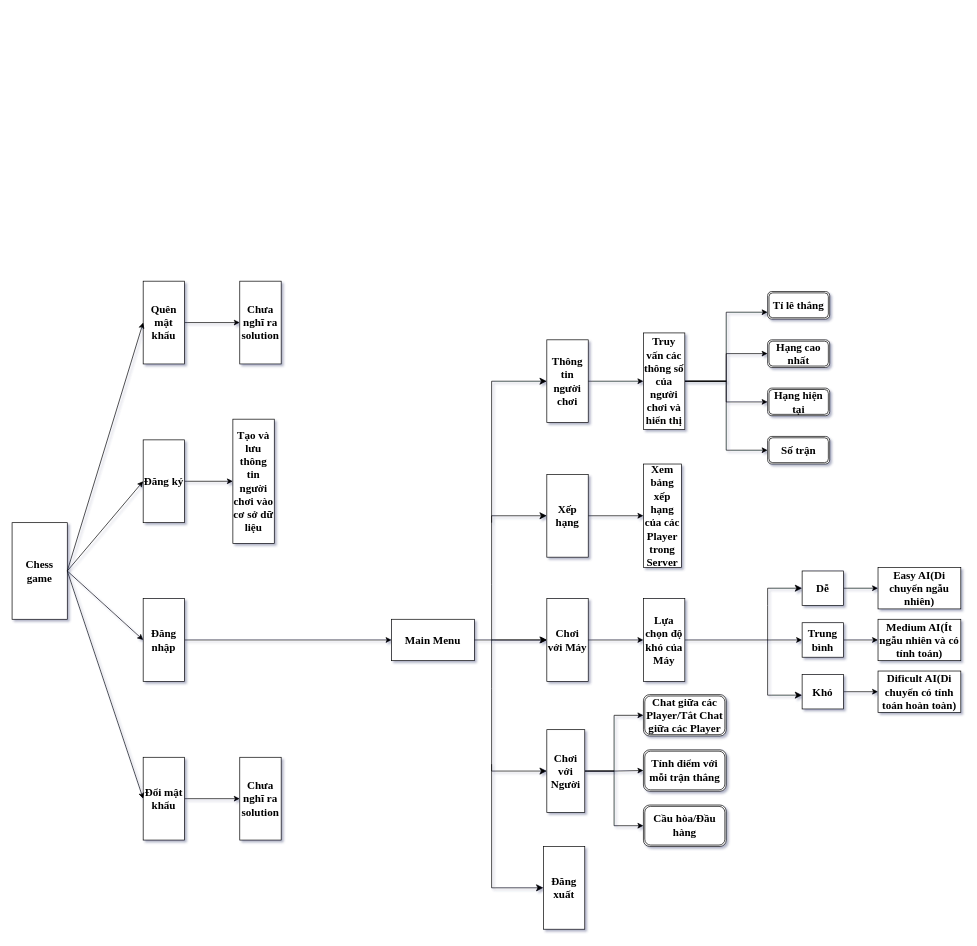
Earlier version of the draw.io diagram page "Cờ vua" (3 of 4) of Đồ án/Draw.io/Group 9 - Chess Game.drawio (shiroizdabezt/Group09-ltmcb). Source tidied: cells renumbered, new cells numbered last; positions are measured from the earlier drawing's top-left corner, leaving out a move shared by most shapes. Both pictures are drawn from the tidied source at 69%, with x=0, y=0 at pixel (12, 281).
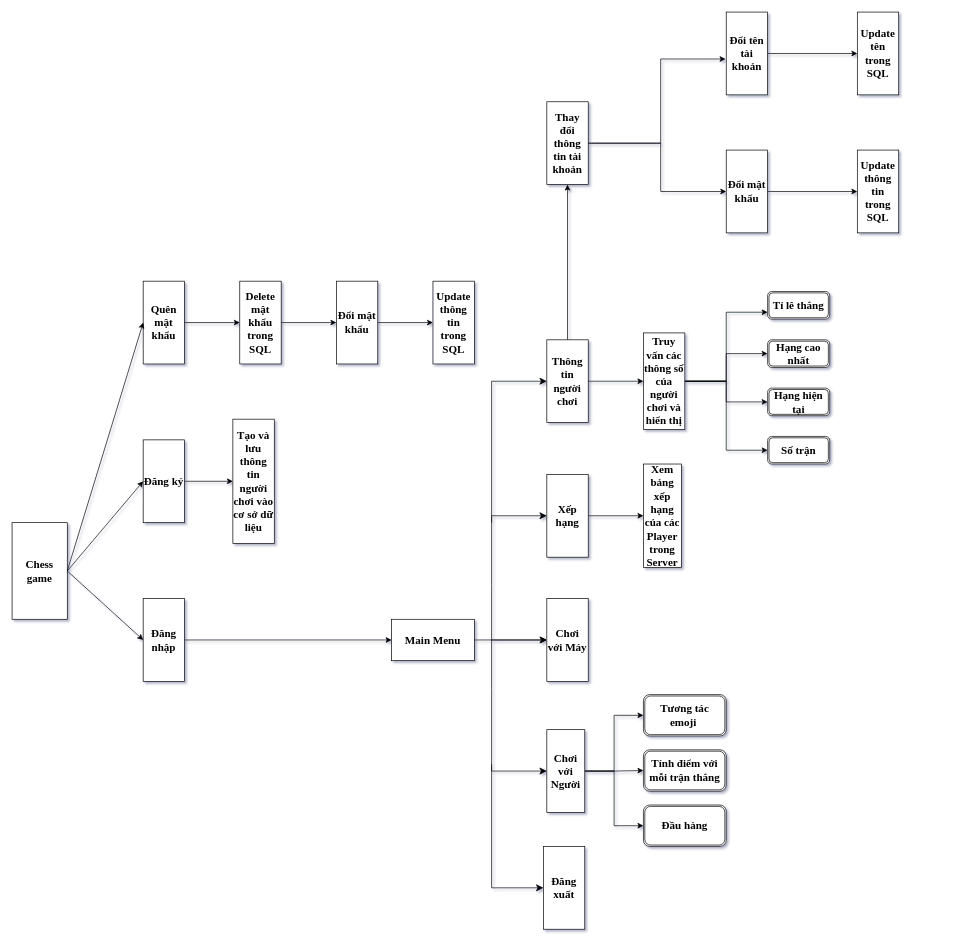
The same page after the edit.

Unchanged cells that the change refers to:
```xml
<mxCell id="2" value="&lt;span style=&quot;font-size: 16px;&quot;&gt;&lt;font style=&quot;font-size: 16px;&quot;&gt;Chess game&lt;/font&gt;&lt;/span&gt;" style="rounded=0;whiteSpace=wrap;html=1;fontSize=16;fontFamily=Times New Roman;fontStyle=1;" parent="1" vertex="1">
  <mxGeometry y="350" width="80" height="140" as="geometry" />
</mxCell>
<mxCell id="4" value="Thông tin người chơi" style="rounded=0;whiteSpace=wrap;html=1;direction=south;fontSize=16;fontFamily=Times New Roman;fontStyle=1;" parent="1" vertex="1">
  <mxGeometry x="775" y="85" width="60" height="120" as="geometry" />
</mxCell>
<mxCell id="8" value="Chơi với Máy" style="rounded=0;whiteSpace=wrap;html=1;direction=south;fontSize=16;fontFamily=Times New Roman;fontStyle=1;" parent="1" vertex="1">
  <mxGeometry x="775" y="460" width="60" height="120" as="geometry" />
</mxCell>
```

What changed in the source:
```diff
@@
+    <mxCell id="63" style="edgeStyle=orthogonalEdgeStyle;rounded=0;jettySize=auto;html=1;exitX=0;exitY=0.5;exitDx=0;exitDy=0;entryX=1;entryY=0.5;entryDx=0;entryDy=0;" parent="1" edge="1" source="4" target="76">
+      <mxGeometry relative="1" as="geometry" />
+    </mxCell>
@@
-    <mxCell id="7" style="edgeStyle=orthogonalEdgeStyle;rounded=0;jettySize=auto;html=1;fontSize=16;fontFamily=Times New Roman;fontStyle=1;" parent="1" edge="1" source="8" target="35">
-      <mxGeometry relative="1" as="geometry" />
-    </mxCell>
@@
-    <mxCell id="34" style="edgeStyle=orthogonalEdgeStyle;rounded=0;jettySize=auto;html=1;fontSize=16;fontFamily=Times New Roman;fontStyle=1;" parent="1" edge="1" source="35" target="39">
-      <mxGeometry relative="1" as="geometry" />
-    </mxCell>
-    <mxCell id="35" value="Lựa chọn độ khó của Máy" style="rounded=0;whiteSpace=wrap;html=1;direction=south;fontSize=16;fontFamily=Times New Roman;fontStyle=1;" parent="1" vertex="1">
-      <mxGeometry x="915" y="460" width="60" height="120" as="geometry" />
-    </mxCell>
-    <mxCell id="36" style="edgeStyle=orthogonalEdgeStyle;rounded=0;jettySize=auto;html=1;fontSize=16;fontFamily=Times New Roman;fontStyle=1;" parent="1" edge="1" source="37" target="44">
-      <mxGeometry relative="1" as="geometry" />
-    </mxCell>
-    <mxCell id="37" value="Dễ" style="rounded=0;whiteSpace=wrap;html=1;direction=south;fontSize=16;fontFamily=Times New Roman;fontStyle=1;" parent="1" vertex="1">
-      <mxGeometry x="1145" y="420" width="60" height="50" as="geometry" />
-    </mxCell>
-    <mxCell id="38" style="edgeStyle=orthogonalEdgeStyle;rounded=0;jettySize=auto;html=1;fontSize=16;fontFamily=Times New Roman;fontStyle=1;" parent="1" edge="1" source="39" target="45">
-      <mxGeometry relative="1" as="geometry" />
-    </mxCell>
-    <mxCell id="39" value="Trung bình" style="rounded=0;whiteSpace=wrap;html=1;direction=south;fontSize=16;fontFamily=Times New Roman;fontStyle=1;" parent="1" vertex="1">
-      <mxGeometry x="1145" y="495" width="60" height="50" as="geometry" />
-    </mxCell>
-    <mxCell id="40" style="edgeStyle=orthogonalEdgeStyle;rounded=0;jettySize=auto;html=1;fontSize=16;fontFamily=Times New Roman;fontStyle=1;" parent="1" edge="1" source="41" target="46">
-      <mxGeometry relative="1" as="geometry" />
-    </mxCell>
-    <mxCell id="41" value="&lt;font style=&quot;font-size: 16px;&quot;&gt;Khó&lt;/font&gt;" style="rounded=0;whiteSpace=wrap;html=1;direction=south;fontSize=16;fontFamily=Times New Roman;fontStyle=1;" parent="1" vertex="1">
-      <mxGeometry x="1145" y="570" width="60" height="50" as="geometry" />
-    </mxCell>
-    <mxCell id="42" style="edgeStyle=segmentEdgeStyle;endArrow=classic;html=1;curved=0;rounded=0;endSize=8;startSize=8;entryX=0.5;entryY=1;entryDx=0;entryDy=0;fontSize=16;fontFamily=Times New Roman;fontStyle=1;" parent="1" edge="1" target="37">
-      <mxGeometry relative="1" as="geometry">
-        <mxPoint x="1095" y="520" as="sourcePoint" />
-        <Array as="points">
-          <mxPoint x="1095" y="470" />
-          <mxPoint x="1095" y="445" />
-        </Array>
-      </mxGeometry>
-    </mxCell>
-    <mxCell id="43" style="edgeStyle=segmentEdgeStyle;endArrow=classic;html=1;curved=0;rounded=0;endSize=8;startSize=8;fontSize=16;fontFamily=Times New Roman;fontStyle=1;" parent="1" edge="1">
-      <mxGeometry relative="1" as="geometry">
-        <mxPoint x="1095" y="520" as="sourcePoint" />
-        <mxPoint x="1145" y="600" as="targetPoint" />
-        <Array as="points">
-          <mxPoint x="1095" y="600" />
-        </Array>
-      </mxGeometry>
-    </mxCell>
-    <mxCell id="44" value="Easy AI(Di chuyển ngẫu nhiên)" style="whiteSpace=wrap;html=1;rounded=0;fontSize=16;fontFamily=Times New Roman;fontStyle=1;" parent="1" vertex="1">
-      <mxGeometry x="1255" y="415" width="120" height="60" as="geometry" />
-    </mxCell>
-    <mxCell id="45" value="Medium AI(Ít ngẫu nhiên và có tính toán)" style="whiteSpace=wrap;html=1;rounded=0;fontSize=16;fontFamily=Times New Roman;fontStyle=1;" parent="1" vertex="1">
-      <mxGeometry x="1255" y="490" width="120" height="60" as="geometry" />
-    </mxCell>
-    <mxCell id="46" value="&lt;font style=&quot;font-size: 16px;&quot;&gt;Dificult AI(Di chuyển có tính toán hoàn toàn)&lt;br&gt;&lt;/font&gt;" style="whiteSpace=wrap;html=1;rounded=0;fontSize=16;fontFamily=Times New Roman;fontStyle=1;" parent="1" vertex="1">
-      <mxGeometry x="1255" y="565" width="120" height="60" as="geometry" />
-    </mxCell>
@@
-    <mxCell id="51" value="&lt;font style=&quot;font-size: 16px;&quot;&gt;Chat giữa các Player/Tắt Chat giữa các Player&lt;/font&gt;" style="shape=ext;double=1;rounded=1;whiteSpace=wrap;html=1;fontSize=16;fontFamily=Times New Roman;fontStyle=1;" parent="1" vertex="1">
+    <mxCell id="51" value="&lt;font style=&quot;font-size: 16px;&quot;&gt;Tương tác emoji&amp;nbsp;&lt;/font&gt;" style="shape=ext;double=1;rounded=1;whiteSpace=wrap;html=1;fontSize=16;fontFamily=Times New Roman;fontStyle=1;" parent="1" vertex="1">
       <mxGeometry x="915" y="599.2" width="120" height="60" as="geometry" />
     </mxCell>
@@
-    <mxCell id="55" style="edgeStyle=orthogonalEdgeStyle;rounded=0;jettySize=auto;html=1;fontSize=16;fontFamily=Times New Roman;fontStyle=1;" parent="1" edge="1" source="56" target="59">
-      <mxGeometry relative="1" as="geometry" />
-    </mxCell>
-    <mxCell id="56" value="Đổi mật khẩu" style="rounded=0;whiteSpace=wrap;html=1;direction=south;fontSize=16;fontFamily=Times New Roman;fontStyle=1;" parent="1" vertex="1">
-      <mxGeometry x="190" y="690" width="60" height="120" as="geometry" />
-    </mxCell>
@@
-    <mxCell id="58" style="endArrow=classic;html=1;rounded=0;entryX=0.5;entryY=1;entryDx=0;entryDy=0;exitX=1;exitY=0.5;exitDx=0;exitDy=0;fontSize=16;fontFamily=Times New Roman;fontStyle=1;" parent="1" edge="1" source="2" target="56">
-      <mxGeometry relative="1" as="geometry" />
-    </mxCell>
-    <mxCell id="59" value="Chưa nghĩ ra solution" style="rounded=0;whiteSpace=wrap;html=1;direction=south;fontSize=16;fontFamily=Times New Roman;fontStyle=1;" parent="1" vertex="1">
-      <mxGeometry x="330" y="690" width="60" height="120" as="geometry" />
-    </mxCell>
+    <mxCell id="64" style="edgeStyle=orthogonalEdgeStyle;rounded=0;jettySize=auto;html=1;exitX=0.5;exitY=0;exitDx=0;exitDy=0;entryX=0.5;entryY=1;entryDx=0;entryDy=0;" parent="1" edge="1" source="60" target="66">
+      <mxGeometry relative="1" as="geometry" />
+    </mxCell>
-    <mxCell id="60" value="Chưa nghĩ ra solution" style="rounded=0;whiteSpace=wrap;html=1;direction=south;fontSize=16;fontFamily=Times New Roman;fontStyle=1;" parent="1" vertex="1">
+    <mxCell id="60" value="Delete mật khẩu trong SQL" style="rounded=0;whiteSpace=wrap;html=1;direction=south;fontSize=16;fontFamily=Times New Roman;fontStyle=1;" parent="1" vertex="1">
       <mxGeometry x="330" width="60" height="120" as="geometry" />
     </mxCell>
-    <mxCell id="61" value="&lt;font style=&quot;font-size: 16px;&quot;&gt;Cầu hòa/Đầu hàng&lt;/font&gt;" style="shape=ext;double=1;rounded=1;whiteSpace=wrap;html=1;fontSize=16;fontFamily=Times New Roman;fontStyle=1;" parent="1" vertex="1">
+    <mxCell id="61" value="Đầu hàng" style="shape=ext;double=1;rounded=1;whiteSpace=wrap;html=1;fontSize=16;fontFamily=Times New Roman;fontStyle=1;" parent="1" vertex="1">
       <mxGeometry x="915" y="759.2" width="120" height="60" as="geometry" />
     </mxCell>
@@
+    <mxCell id="65" style="edgeStyle=orthogonalEdgeStyle;rounded=0;jettySize=auto;html=1;exitX=0.5;exitY=0;exitDx=0;exitDy=0;entryX=0.5;entryY=1;entryDx=0;entryDy=0;" parent="1" edge="1" source="66" target="67">
+      <mxGeometry relative="1" as="geometry" />
+    </mxCell>
+    <mxCell id="66" value="Đổi mật khẩu" style="rounded=0;whiteSpace=wrap;html=1;direction=south;fontSize=16;fontFamily=Times New Roman;fontStyle=1;" parent="1" vertex="1">
+      <mxGeometry x="470" width="60" height="120" as="geometry" />
+    </mxCell>
+    <mxCell id="67" value="Update thông tin trong SQL" style="rounded=0;whiteSpace=wrap;html=1;direction=south;fontSize=16;fontFamily=Times New Roman;fontStyle=1;" parent="1" vertex="1">
+      <mxGeometry x="610" width="60" height="120" as="geometry" />
+    </mxCell>
+    <mxCell id="68" style="edgeStyle=orthogonalEdgeStyle;rounded=0;jettySize=auto;html=1;exitX=0.5;exitY=0;exitDx=0;exitDy=0;entryX=0.5;entryY=1;entryDx=0;entryDy=0;" parent="1" edge="1" source="69" target="70">
+      <mxGeometry relative="1" as="geometry" />
+    </mxCell>
+    <mxCell id="69" value="Đổi tên tài khoản" style="rounded=0;whiteSpace=wrap;html=1;direction=south;fontSize=16;fontFamily=Times New Roman;fontStyle=1;" parent="1" vertex="1">
+      <mxGeometry x="1035" y="-390" width="60" height="120" as="geometry" />
+    </mxCell>
+    <mxCell id="70" value="Update tên trong SQL" style="rounded=0;whiteSpace=wrap;html=1;direction=south;fontSize=16;fontFamily=Times New Roman;fontStyle=1;" parent="1" vertex="1">
+      <mxGeometry x="1225" y="-390" width="60" height="120" as="geometry" />
+    </mxCell>
+    <mxCell id="71" style="edgeStyle=orthogonalEdgeStyle;rounded=0;orthogonalLoop=1;jettySize=auto;html=1;exitX=0.5;exitY=0;exitDx=0;exitDy=0;entryX=0.5;entryY=1;entryDx=0;entryDy=0;" parent="1" edge="1">
+      <mxGeometry relative="1" as="geometry">
+        <mxPoint x="1095" y="-130" as="sourcePoint" />
+        <mxPoint x="1225" y="-130" as="targetPoint" />
+      </mxGeometry>
+    </mxCell>
+    <mxCell id="72" value="Đổi mật khẩu" style="rounded=0;whiteSpace=wrap;html=1;direction=south;fontSize=16;fontFamily=Times New Roman;fontStyle=1;" parent="1" vertex="1">
+      <mxGeometry x="1035" y="-190" width="60" height="120" as="geometry" />
+    </mxCell>
+    <mxCell id="73" value="Update thông tin trong SQL" style="rounded=0;whiteSpace=wrap;html=1;direction=south;fontSize=16;fontFamily=Times New Roman;fontStyle=1;" parent="1" vertex="1">
+      <mxGeometry x="1225" y="-190" width="60" height="120" as="geometry" />
+    </mxCell>
+    <mxCell id="74" style="edgeStyle=orthogonalEdgeStyle;rounded=0;jettySize=auto;html=1;exitX=0.5;exitY=0;exitDx=0;exitDy=0;entryX=0.567;entryY=1.017;entryDx=0;entryDy=0;entryPerimeter=0;" parent="1" edge="1" source="76" target="69">
+      <mxGeometry relative="1" as="geometry">
+        <Array as="points">
+          <mxPoint x="940" y="-200" />
+          <mxPoint x="940" y="-322" />
+        </Array>
+      </mxGeometry>
+    </mxCell>
+    <mxCell id="75" style="edgeStyle=orthogonalEdgeStyle;rounded=0;jettySize=auto;html=1;exitX=0.5;exitY=0;exitDx=0;exitDy=0;entryX=0.5;entryY=1;entryDx=0;entryDy=0;" parent="1" edge="1" source="76" target="72">
+      <mxGeometry relative="1" as="geometry">
+        <Array as="points">
+          <mxPoint x="940" y="-200" />
+          <mxPoint x="940" y="-130" />
+        </Array>
+      </mxGeometry>
+    </mxCell>
+    <mxCell id="76" value="Thay đổi thông tin tài khoản" style="rounded=0;whiteSpace=wrap;html=1;direction=south;fontSize=16;fontFamily=Times New Roman;fontStyle=1;" parent="1" vertex="1">
+      <mxGeometry x="775" y="-260" width="60" height="120" as="geometry" />
+    </mxCell>
```
